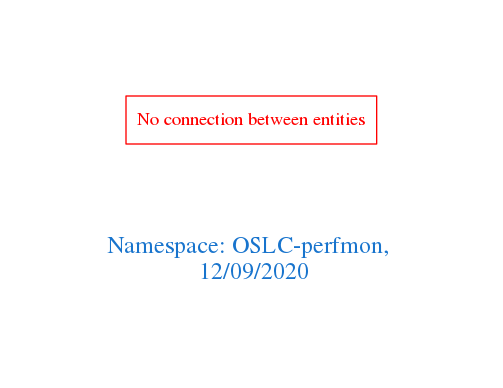
Before: downloads/OSLC-perfmon.png, a diagram exported from Graphviz (arago/OGIT). Its source is kept beside it as downloads/OSLC-perfmon.dot.
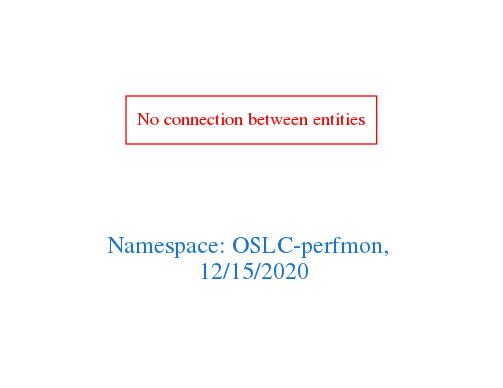
After the commit.

Diff of the diagram source:
```diff
@@ -1,7 +1,7 @@
 digraph OGIT_ontology {
  graph [ rankdir= LR,pad=1
 fontsize = 18,
-fontcolor= dodgerblue3,label = "\n\n\nNamespace: OSLC-perfmon, \n 12/09/2020"];
+fontcolor= dodgerblue3,label = "\n\n\nNamespace: OSLC-perfmon, \n 12/15/2020"];
 node[shape=polygon];
 edge [  color="gray81"];
 
```
